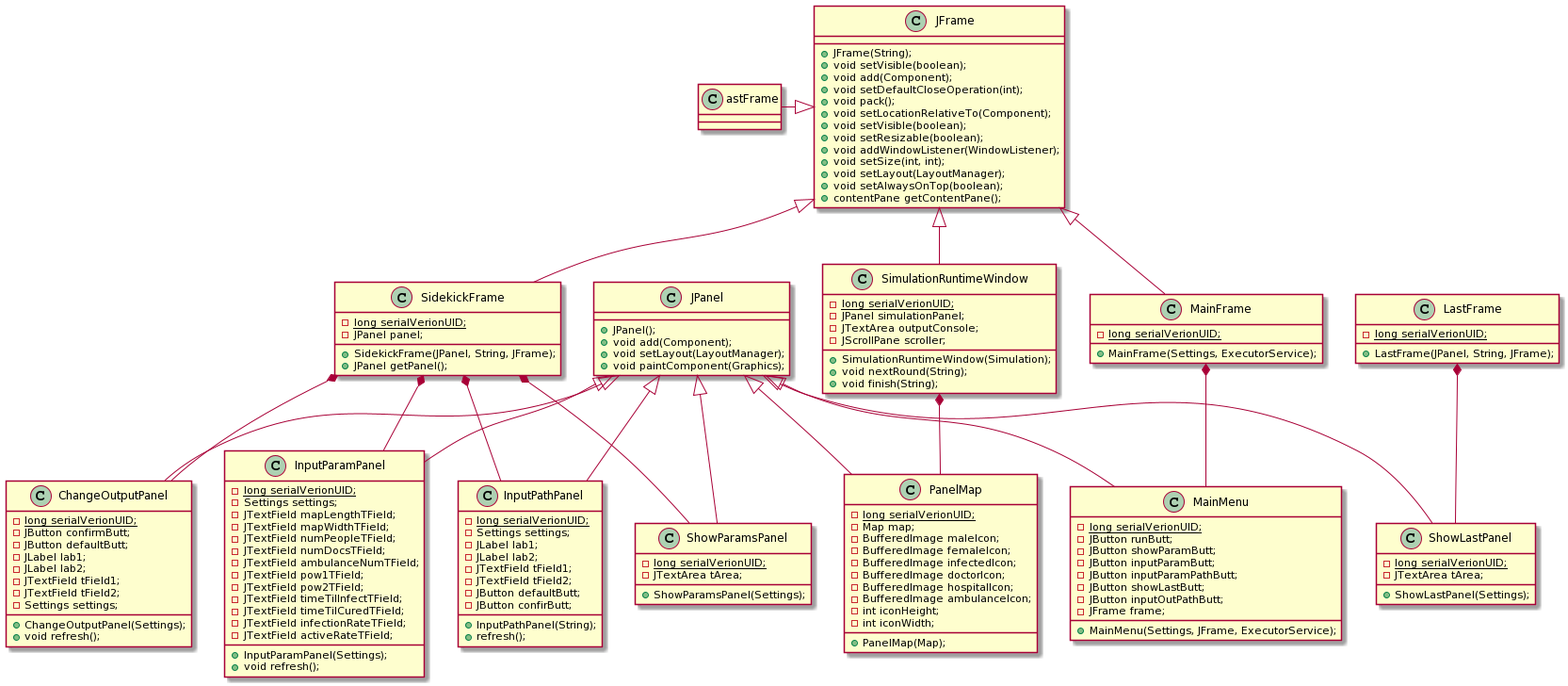
Earlier version of the PlantUML export out/dokumentacja/class_diagram/class_diagram_gui/class_diagram_gui_08062020/class_diagram_gui_08062020.png (karolWazny/plague-repo).
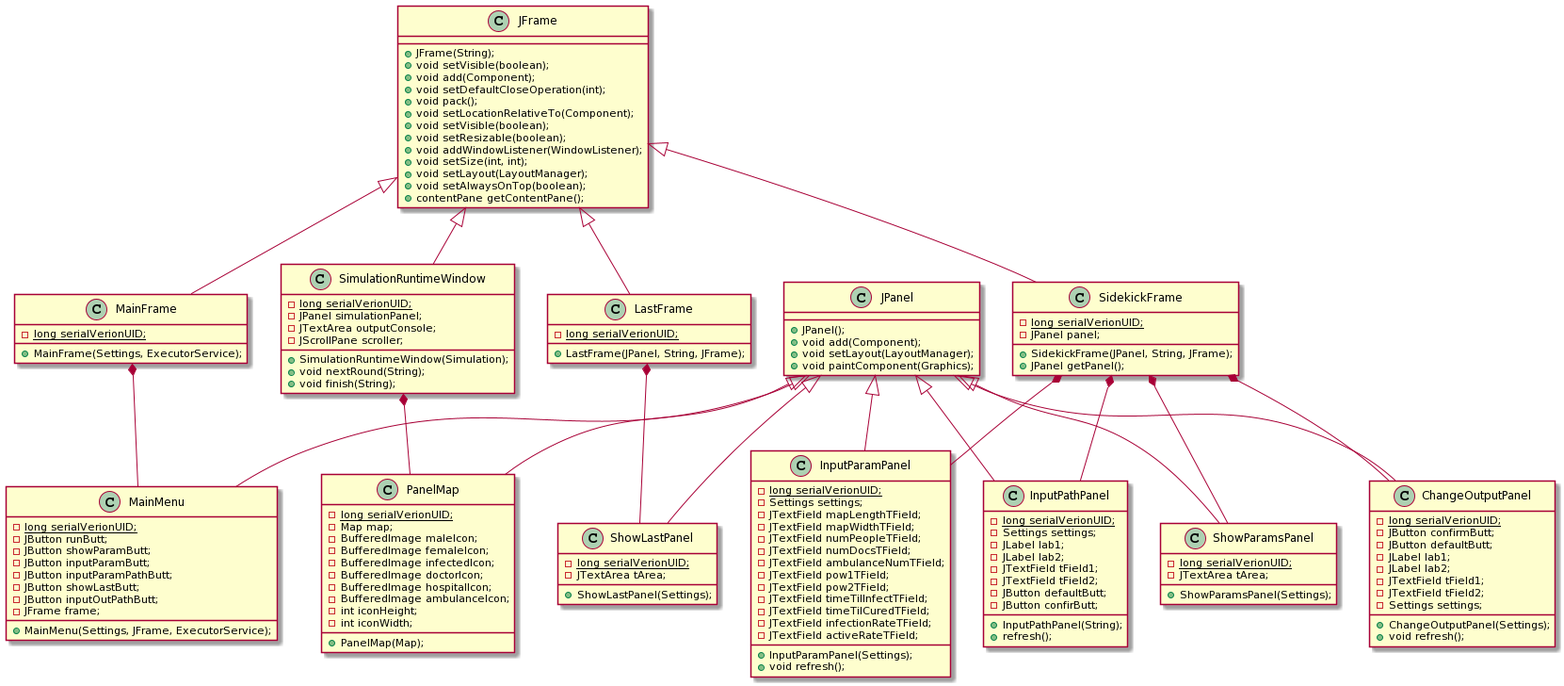
Later version of the same file.

Commit message:
class gui

Diff of the diagram source:
```diff
@@ -135,7 +135,7 @@
 JFrame<|--MainFrame
 JFrame<|--SidekickFrame
 JFrame<|--SimulationRuntimeWindow
-JFrame<|--LastFrame
+JFrame<|-- LastFrame
 JPanel<|--ChangeOutputPanel
 JPanel<|--InputParamPanel
 JPanel<|--InputPathPanel
```
